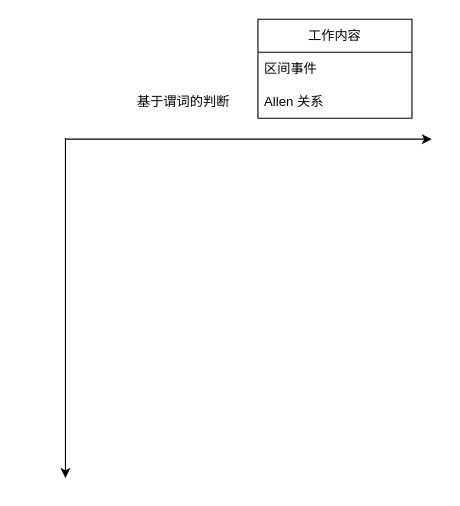
Before: 402创新点.drawio in LiLiJacky/graphData, a draw.io diagram. Source tidied: cells renumbered, new cells numbered last; positions are measured from the earlier drawing's top-left corner, leaving out a move shared by most shapes. Both pictures are drawn from the tidied source at 110%, with x=0, y=0 at pixel (65, 19).
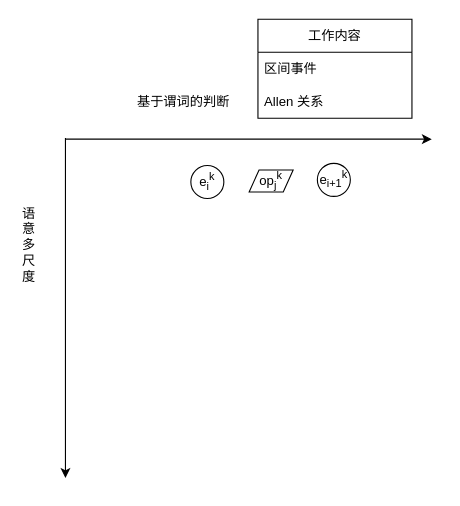
Above is the later version.

Commit message (it also covers changes not shown here):
更新402创新点.drawio

What changed in the source:
```diff
@@
 <mxGraphModel>
   <root>
     <mxCell id="0" />
     <mxCell id="1" parent="0" />
     <mxCell id="2" style="endArrow=classic;html=1;rounded=0;" parent="1" edge="1">
       <mxGeometry relative="1" as="geometry">
         <mxPoint y="109" as="sourcePoint" />
         <mxPoint x="333" y="109" as="targetPoint" />
       </mxGeometry>
     </mxCell>
     <mxCell id="3" style="endArrow=classic;html=1;rounded=0;" parent="1" edge="1">
       <mxGeometry relative="1" as="geometry">
         <mxPoint y="108" as="sourcePoint" />
         <mxPoint y="417" as="targetPoint" />
       </mxGeometry>
     </mxCell>
     <mxCell id="4" value="基于谓词的判断" style="text;html=1;align=center;verticalAlign=middle;whiteSpace=wrap;rounded=0;" parent="1" vertex="1">
       <mxGeometry x="50" y="60" width="115" height="30" as="geometry" />
     </mxCell>
     <mxCell id="5" value="工作内容" style="swimlane;fontStyle=0;horizontal=1;startSize=30;whiteSpace=wrap;html=1;" parent="1" vertex="1">
       <mxGeometry x="175" width="140" height="90" as="geometry" />
     </mxCell>
     <mxCell id="6" value="区间事件" style="text;strokeColor=none;fillColor=none;align=left;verticalAlign=middle;spacingLeft=4;spacingRight=4;overflow=hidden;whiteSpace=wrap;html=1;" parent="5" vertex="1">
       <mxGeometry y="30" width="140" height="30" as="geometry" />
     </mxCell>
     <mxCell id="7" value="Allen 关系" style="text;strokeColor=none;fillColor=none;align=left;verticalAlign=middle;spacingLeft=4;spacingRight=4;overflow=hidden;whiteSpace=wrap;html=1;" parent="5" vertex="1">
       <mxGeometry y="60" width="140" height="30" as="geometry" />
     </mxCell>
+    <mxCell id="8" value="语意多尺度" style="text;html=1;align=center;verticalAlign=middle;whiteSpace=wrap;rounded=0;direction=south;" parent="1" vertex="1">
+      <mxGeometry x="-42" y="142" width="18" height="126" as="geometry" />
+    </mxCell>
+    <mxCell id="9" value="op&lt;sub&gt;j&lt;/sub&gt;&lt;sup&gt;k&lt;/sup&gt;" style="shape=parallelogram;perimeter=parallelogramPerimeter;whiteSpace=wrap;html=1;fixedSize=1;size=9;" parent="1" vertex="1">
+      <mxGeometry x="167" y="137" width="40" height="20" as="geometry" />
+    </mxCell>
+    <mxCell id="10" value="e&lt;sub&gt;i&lt;/sub&gt;&lt;sup&gt;k&lt;/sup&gt;" style="ellipse;whiteSpace=wrap;html=1;fillColor=none;" parent="1" vertex="1">
+      <mxGeometry x="114" y="133" width="30" height="30" as="geometry" />
+    </mxCell>
+    <mxCell id="11" value="e&lt;sub&gt;i+1&lt;/sub&gt;&lt;sup&gt;k&lt;/sup&gt;" style="ellipse;whiteSpace=wrap;html=1;fillColor=none;" parent="1" vertex="1">
+      <mxGeometry x="229" y="131" width="30" height="30" as="geometry" />
+    </mxCell>
   </root>
 </mxGraphModel>
```
